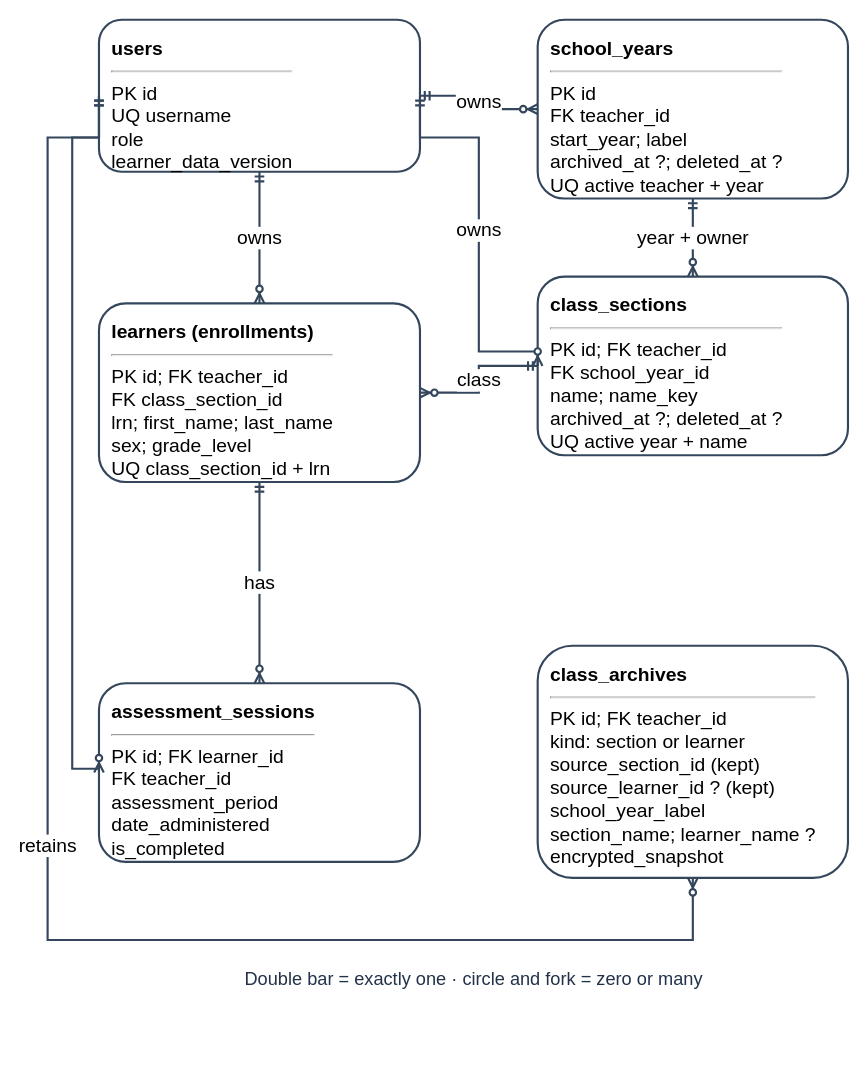
This is docs/diagrams/class-workspaces/figure-24-class-erd.drawio from AkuSayangKamuJudaSayang/crl-app, a draw.io file, before an edit. Source tidied: cells renumbered, new cells numbered last; positions are measured from the earlier drawing's top-left corner, leaving out a move shared by most shapes. Both pictures are drawn from the tidied source at 107%, with x=0, y=0 at pixel (47, 19).
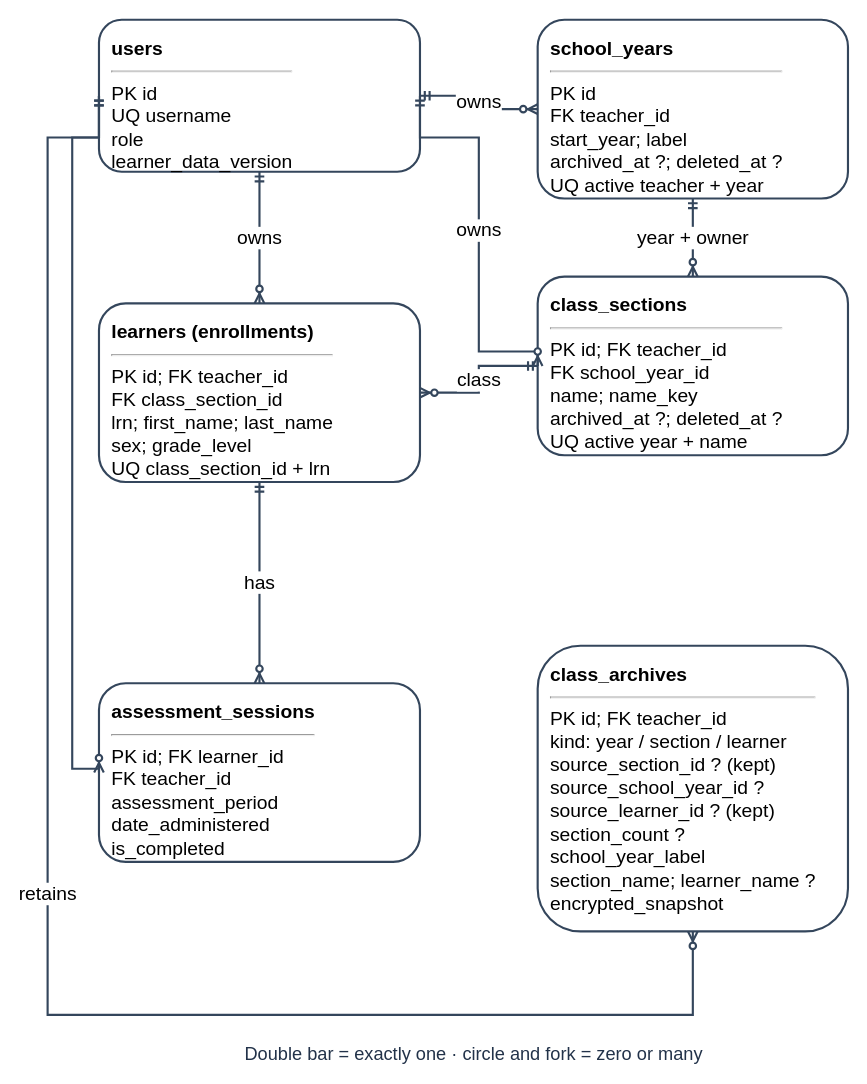
After the change.

Unchanged cells that the change refers to:
```xml
<mxCell id="3" value="&lt;b&gt;users&lt;/b&gt;&lt;br&gt;&lt;hr&gt;PK id&lt;br&gt;UQ username&lt;br&gt;role&lt;br&gt;learner_data_version" style="rounded=1;html=1;whiteSpace=wrap;fillColor=#ffffff;strokeColor=#34465c;strokeWidth=2;align=left;verticalAlign=top;spacing=12;fontSize=18;" parent="1" vertex="1">
  <mxGeometry x="48" width="300" height="142" as="geometry" />
</mxCell>
```

Diff of the diagram source:
```diff
@@
     <mxCell id="2" value="Double bar = exactly one · circle and fork = zero or many" style="text;html=1;align=center;verticalAlign=top;fontSize=17;fontColor=#223249;fontStyle=0;strokeColor=none;fillColor=none;" parent="1" vertex="1">
-      <mxGeometry x="98" y="881" width="600" height="20.4" as="geometry" />
+      <mxGeometry x="98" y="951" width="600" height="20.4" as="geometry" />
     </mxCell>
@@
-    <mxCell id="8" value="&lt;b&gt;class_archives&lt;/b&gt;&lt;br&gt;&lt;hr&gt;PK id; FK teacher_id&lt;br&gt;kind: section or learner&lt;br&gt;source_section_id (kept)&lt;br&gt;source_learner_id ? (kept)&lt;br&gt;school_year_label&lt;br&gt;section_name; learner_name ?&lt;br&gt;encrypted_snapshot" style="rounded=1;html=1;whiteSpace=wrap;fillColor=#ffffff;strokeColor=#34465c;strokeWidth=2;align=left;verticalAlign=top;spacing=12;fontSize=18;" parent="1" vertex="1">
-      <mxGeometry x="458" y="585" width="290" height="217" as="geometry" />
+    <mxCell id="8" value="&lt;b&gt;class_archives&lt;/b&gt;&lt;br&gt;&lt;hr&gt;PK id; FK teacher_id&lt;br&gt;kind: year / section / learner&lt;br&gt;source_section_id ? (kept)&lt;br&gt;source_school_year_id ?&lt;br&gt;source_learner_id ? (kept)&lt;br&gt;section_count ?&lt;br&gt;school_year_label&lt;br&gt;section_name; learner_name ?&lt;br&gt;encrypted_snapshot" style="rounded=1;html=1;whiteSpace=wrap;fillColor=#ffffff;strokeColor=#34465c;strokeWidth=2;align=left;verticalAlign=top;spacing=12;fontSize=18;" parent="1" vertex="1">
+      <mxGeometry x="458" y="585" width="290" height="267" as="geometry" />
     </mxCell>
@@
     <mxCell id="16" value="retains" style="edgeStyle=orthogonalEdgeStyle;rounded=0;html=1;endArrow=none;strokeColor=#34465c;strokeWidth=2;exitX=0;exitY=0.5;entryX=0.5;entryY=1;fontSize=18;labelBackgroundColor=#ffffff;startArrow=ERmandOne;endArrow=ERzeroToMany;" parent="1" edge="1" source="3" target="8">
       <mxGeometry relative="1" as="geometry">
         <Array as="points">
           <mxPoint y="110" />
-          <mxPoint y="860" />
-          <mxPoint x="603" y="860" />
+          <mxPoint y="930" />
+          <mxPoint x="603" y="930" />
         </Array>
       </mxGeometry>
     </mxCell>
```
